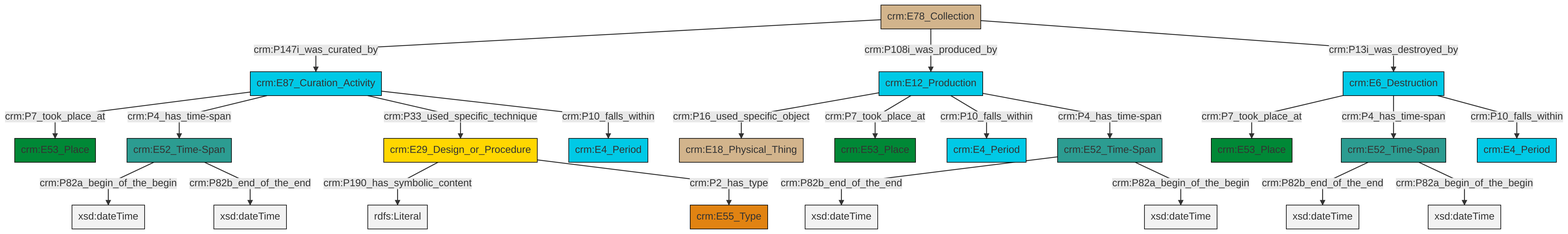
Earlier version of the Mermaid export et/archivalCSV/ttl/mmd/png/archival_existence.png (swiss-art-research-net/docs.swissartresearch). Its source is kept beside it as et/archivalCSV/ttl/mmd/archival_existence.ttl.mmd.
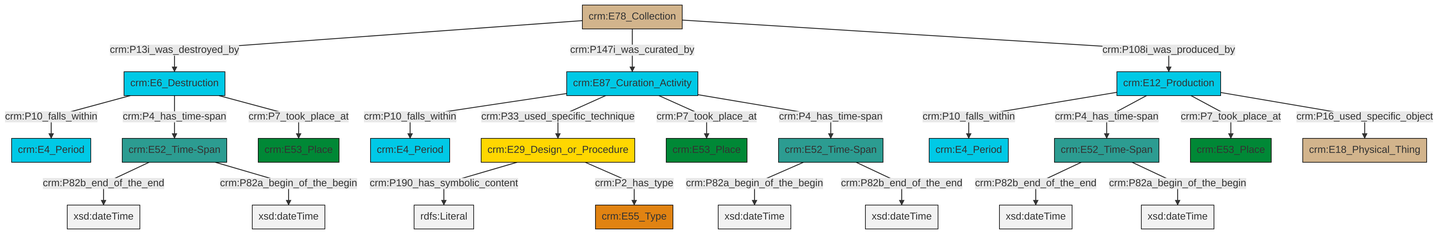
Later version of the same file.

Change to the diagram source:
```diff
@@ -13,25 +13,25 @@
 classDef PC_Classes fill:#4ce600, stroke:#000000;
 classDef Multi fill:#cccccc,stroke:#000000;
 
-0["crm:E52_Time-Span"]:::Time-Span -->|crm:P82b_end_of_the_end| 1[xsd:dateTime]:::Literal
-2["crm:E87_Curation_Activity"]:::Temporal_Entity -->|crm:P7_took_place_at| 3["crm:E53_Place"]:::Place
-4["crm:E52_Time-Span"]:::Time-Span -->|crm:P82b_end_of_the_end| 5[xsd:dateTime]:::Literal
-6["crm:E12_Production"]:::Temporal_Entity -->|crm:P16_used_specific_object| 7["crm:E18_Physical_Thing"]:::Physical_Thing
-0["crm:E52_Time-Span"]:::Time-Span -->|crm:P82a_begin_of_the_begin| 8[xsd:dateTime]:::Literal
-2["crm:E87_Curation_Activity"]:::Temporal_Entity -->|crm:P4_has_time-span| 12["crm:E52_Time-Span"]:::Time-Span
-6["crm:E12_Production"]:::Temporal_Entity -->|crm:P7_took_place_at| 13["crm:E53_Place"]:::Place
-19["crm:E78_Collection"]:::Physical_Thing -->|crm:P147i_was_curated_by| 2["crm:E87_Curation_Activity"]:::Temporal_Entity
-15["crm:E6_Destruction"]:::Temporal_Entity -->|crm:P7_took_place_at| 20["crm:E53_Place"]:::Place
-4["crm:E52_Time-Span"]:::Time-Span -->|crm:P82a_begin_of_the_begin| 21[xsd:dateTime]:::Literal
-15["crm:E6_Destruction"]:::Temporal_Entity -->|crm:P4_has_time-span| 4["crm:E52_Time-Span"]:::Time-Span
-15["crm:E6_Destruction"]:::Temporal_Entity -->|crm:P10_falls_within| 24["crm:E4_Period"]:::Temporal_Entity
-19["crm:E78_Collection"]:::Physical_Thing -->|crm:P108i_was_produced_by| 6["crm:E12_Production"]:::Temporal_Entity
-6["crm:E12_Production"]:::Temporal_Entity -->|crm:P10_falls_within| 9["crm:E4_Period"]:::Temporal_Entity
-31["crm:E29_Design_or_Procedure"]:::Conceptual_Object -->|crm:P190_has_symbolic_content| 32[rdfs:Literal]:::Literal
-31["crm:E29_Design_or_Procedure"]:::Conceptual_Object -->|crm:P2_has_type| 17["crm:E55_Type"]:::Type
-6["crm:E12_Production"]:::Temporal_Entity -->|crm:P4_has_time-span| 0["crm:E52_Time-Span"]:::Time-Span
-12["crm:E52_Time-Span"]:::Time-Span -->|crm:P82a_begin_of_the_begin| 35[xsd:dateTime]:::Literal
-2["crm:E87_Curation_Activity"]:::Temporal_Entity -->|crm:P33_used_specific_technique| 31["crm:E29_Design_or_Procedure"]:::Conceptual_Object
-19["crm:E78_Collection"]:::Physical_Thing -->|crm:P13i_was_destroyed_by| 15["crm:E6_Destruction"]:::Temporal_Entity
-12["crm:E52_Time-Span"]:::Time-Span -->|crm:P82b_end_of_the_end| 37[xsd:dateTime]:::Literal
-2["crm:E87_Curation_Activity"]:::Temporal_Entity -->|crm:P10_falls_within| 22["crm:E4_Period"]:::Temporal_Entity
+0["crm:E87_Curation_Activity"]:::Temporal_Entity -->|crm:P10_falls_within| 1["crm:E4_Period"]:::Temporal_Entity
+4["crm:E12_Production"]:::Temporal_Entity -->|crm:P10_falls_within| 5["crm:E4_Period"]:::Temporal_Entity
+4["crm:E12_Production"]:::Temporal_Entity -->|crm:P4_has_time-span| 8["crm:E52_Time-Span"]:::Time-Span
+6["crm:E52_Time-Span"]:::Time-Span -->|crm:P82b_end_of_the_end| 9[xsd:dateTime]:::Literal
+6["crm:E52_Time-Span"]:::Time-Span -->|crm:P82a_begin_of_the_begin| 14[xsd:dateTime]:::Literal
+8["crm:E52_Time-Span"]:::Time-Span -->|crm:P82b_end_of_the_end| 15[xsd:dateTime]:::Literal
+16["crm:E29_Design_or_Procedure"]:::Conceptual_Object -->|crm:P190_has_symbolic_content| 17[rdfs:Literal]:::Literal
+0["crm:E87_Curation_Activity"]:::Temporal_Entity -->|crm:P33_used_specific_technique| 16["crm:E29_Design_or_Procedure"]:::Conceptual_Object
+18["crm:E52_Time-Span"]:::Time-Span -->|crm:P82a_begin_of_the_begin| 19[xsd:dateTime]:::Literal
+12["crm:E6_Destruction"]:::Temporal_Entity -->|crm:P10_falls_within| 20["crm:E4_Period"]:::Temporal_Entity
+12["crm:E6_Destruction"]:::Temporal_Entity -->|crm:P4_has_time-span| 6["crm:E52_Time-Span"]:::Time-Span
+4["crm:E12_Production"]:::Temporal_Entity -->|crm:P7_took_place_at| 21["crm:E53_Place"]:::Place
+23["crm:E78_Collection"]:::Physical_Thing -->|crm:P13i_was_destroyed_by| 12["crm:E6_Destruction"]:::Temporal_Entity
+8["crm:E52_Time-Span"]:::Time-Span -->|crm:P82a_begin_of_the_begin| 27[xsd:dateTime]:::Literal
+12["crm:E6_Destruction"]:::Temporal_Entity -->|crm:P7_took_place_at| 10["crm:E53_Place"]:::Place
+0["crm:E87_Curation_Activity"]:::Temporal_Entity -->|crm:P7_took_place_at| 29["crm:E53_Place"]:::Place
+4["crm:E12_Production"]:::Temporal_Entity -->|crm:P16_used_specific_object| 25["crm:E18_Physical_Thing"]:::Physical_Thing
+0["crm:E87_Curation_Activity"]:::Temporal_Entity -->|crm:P4_has_time-span| 18["crm:E52_Time-Span"]:::Time-Span
+18["crm:E52_Time-Span"]:::Time-Span -->|crm:P82b_end_of_the_end| 33[xsd:dateTime]:::Literal
+16["crm:E29_Design_or_Procedure"]:::Conceptual_Object -->|crm:P2_has_type| 2["crm:E55_Type"]:::Type
+23["crm:E78_Collection"]:::Physical_Thing -->|crm:P147i_was_curated_by| 0["crm:E87_Curation_Activity"]:::Temporal_Entity
+23["crm:E78_Collection"]:::Physical_Thing -->|crm:P108i_was_produced_by| 4["crm:E12_Production"]:::Temporal_Entity
```
